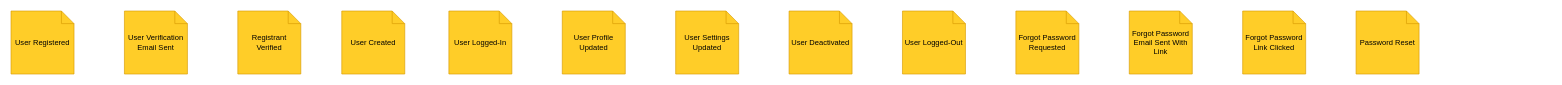
Above: page "IdentityAccess-BigPictureEventStorming" (2 of 4) of design/EventStorming.drawio in codefinity/oeuvre (draw.io), before the change. Source tidied: cells renumbered, new cells numbered last; positions are measured from the earlier drawing's top-left corner, leaving out a move shared by most shapes. Both pictures are drawn from the tidied source at 63%, with x=0, y=0 at pixel (11, 11).
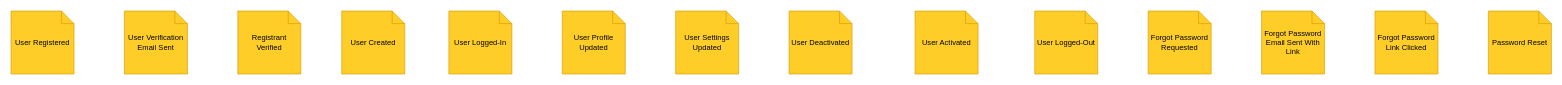
After the change.

Diff of the diagram source:
```diff
@@
 <mxGraphModel>
   <root>
     <mxCell id="0" />
     <mxCell id="1" parent="0" />
     <mxCell id="2" value="User Registered" style="shape=note;size=20;whiteSpace=wrap;html=1;fillColor=#ffcd28;strokeColor=#d79b00;" parent="1" vertex="1">
       <mxGeometry width="100" height="100" as="geometry" />
     </mxCell>
     <mxCell id="3" value="User Verification Email Sent" style="shape=note;size=20;whiteSpace=wrap;html=1;fillColor=#ffcd28;strokeColor=#d79b00;" parent="1" vertex="1">
       <mxGeometry x="180" width="100" height="100" as="geometry" />
     </mxCell>
     <mxCell id="4" value="Registrant Verified" style="shape=note;size=20;whiteSpace=wrap;html=1;fillColor=#ffcd28;strokeColor=#d79b00;" parent="1" vertex="1">
       <mxGeometry x="360" width="100" height="100" as="geometry" />
     </mxCell>
     <mxCell id="5" value="User Logged-In" style="shape=note;size=20;whiteSpace=wrap;html=1;fillColor=#ffcd28;strokeColor=#d79b00;" parent="1" vertex="1">
       <mxGeometry x="695" width="100" height="100" as="geometry" />
     </mxCell>
     <mxCell id="6" value="User Logged-Out" style="shape=note;size=20;whiteSpace=wrap;html=1;fillColor=#ffcd28;strokeColor=#d79b00;" parent="1" vertex="1">
-      <mxGeometry x="1415" width="100" height="100" as="geometry" />
+      <mxGeometry x="1625" width="100" height="100" as="geometry" />
     </mxCell>
     <mxCell id="7" value="User Profile Updated" style="shape=note;size=20;whiteSpace=wrap;html=1;fillColor=#ffcd28;strokeColor=#d79b00;" parent="1" vertex="1">
       <mxGeometry x="875" width="100" height="100" as="geometry" />
     </mxCell>
     <mxCell id="8" value="User Settings Updated" style="shape=note;size=20;whiteSpace=wrap;html=1;fillColor=#ffcd28;strokeColor=#d79b00;" parent="1" vertex="1">
       <mxGeometry x="1055" width="100" height="100" as="geometry" />
     </mxCell>
     <mxCell id="9" value="User Deactivated" style="shape=note;size=20;whiteSpace=wrap;html=1;fillColor=#ffcd28;strokeColor=#d79b00;" parent="1" vertex="1">
       <mxGeometry x="1235" width="100" height="100" as="geometry" />
     </mxCell>
     <mxCell id="10" value="Forgot Password Requested" style="shape=note;size=20;whiteSpace=wrap;html=1;fillColor=#ffcd28;strokeColor=#d79b00;" parent="1" vertex="1">
-      <mxGeometry x="1595" width="100" height="100" as="geometry" />
+      <mxGeometry x="1805" width="100" height="100" as="geometry" />
     </mxCell>
     <mxCell id="11" value="Forgot Password Email Sent With Link" style="shape=note;size=20;whiteSpace=wrap;html=1;fillColor=#ffcd28;strokeColor=#d79b00;" parent="1" vertex="1">
-      <mxGeometry x="1775" width="100" height="100" as="geometry" />
+      <mxGeometry x="1985" width="100" height="100" as="geometry" />
     </mxCell>
     <mxCell id="12" value="Password Reset" style="shape=note;size=20;whiteSpace=wrap;html=1;fillColor=#ffcd28;strokeColor=#d79b00;" parent="1" vertex="1">
-      <mxGeometry x="2135" width="100" height="100" as="geometry" />
+      <mxGeometry x="2345" width="100" height="100" as="geometry" />
     </mxCell>
     <mxCell id="13" value="Forgot Password Link Clicked" style="shape=note;size=20;whiteSpace=wrap;html=1;fillColor=#ffcd28;strokeColor=#d79b00;" parent="1" vertex="1">
-      <mxGeometry x="1955" width="100" height="100" as="geometry" />
+      <mxGeometry x="2165" width="100" height="100" as="geometry" />
     </mxCell>
     <mxCell id="14" value="User Created" style="shape=note;size=20;whiteSpace=wrap;html=1;fillColor=#ffcd28;strokeColor=#d79b00;" parent="1" vertex="1">
       <mxGeometry x="525" width="100" height="100" as="geometry" />
     </mxCell>
+    <mxCell id="15" value="User Activated" style="shape=note;size=20;whiteSpace=wrap;html=1;fillColor=#ffcd28;strokeColor=#d79b00;" parent="1" vertex="1">
+      <mxGeometry x="1435" width="100" height="100" as="geometry" />
+    </mxCell>
   </root>
 </mxGraphModel>
```
